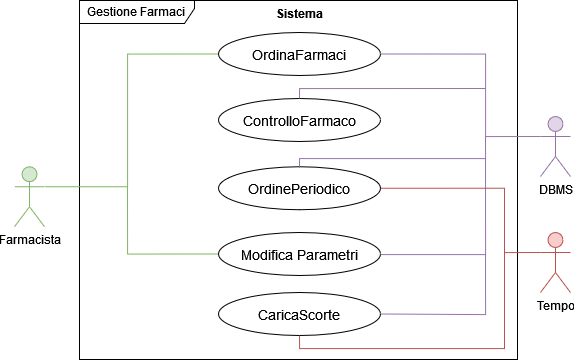
Earlier version of the draw.io export Documentazione aggiornata/Gestione Farmaci.png (innovazionebot/Pharmalink). Source tidied: cells renumbered, new cells last; positions are measured from the earlier drawing's top-left corner, leaving out a move shared by most shapes.
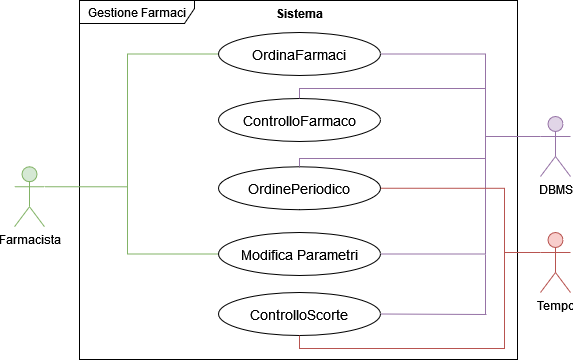
After the change.

Commit message:
RAD concluso, mancano solo mockup

Change to the diagram source:
```diff
@@ -88,7 +88,7 @@
         </Array>
       </mxGeometry>
     </mxCell>
-    <mxCell id="18" value="CaricaScorte" style="ellipse;whiteSpace=wrap;html=1;fontSize=14;strokeColor=default;verticalAlign=middle;align=center;horizontal=1;labelPosition=center;verticalLabelPosition=middle;" parent="1" vertex="1">
+    <mxCell id="18" value="ControlloScorte" style="ellipse;whiteSpace=wrap;html=1;fontSize=14;strokeColor=default;verticalAlign=middle;align=center;horizontal=1;labelPosition=center;verticalLabelPosition=middle;" parent="1" vertex="1">
       <mxGeometry x="204" y="292" width="162" height="43" as="geometry" />
     </mxCell>
     <mxCell id="19" style="endArrow=none;html=1;rounded=0;strokeWidth=1;fillColor=#f8cecc;strokeColor=#b85450;edgeStyle=orthogonalEdgeStyle;entryX=0.5;entryY=1;entryDx=0;entryDy=0;" parent="1" edge="1" target="18">
```
